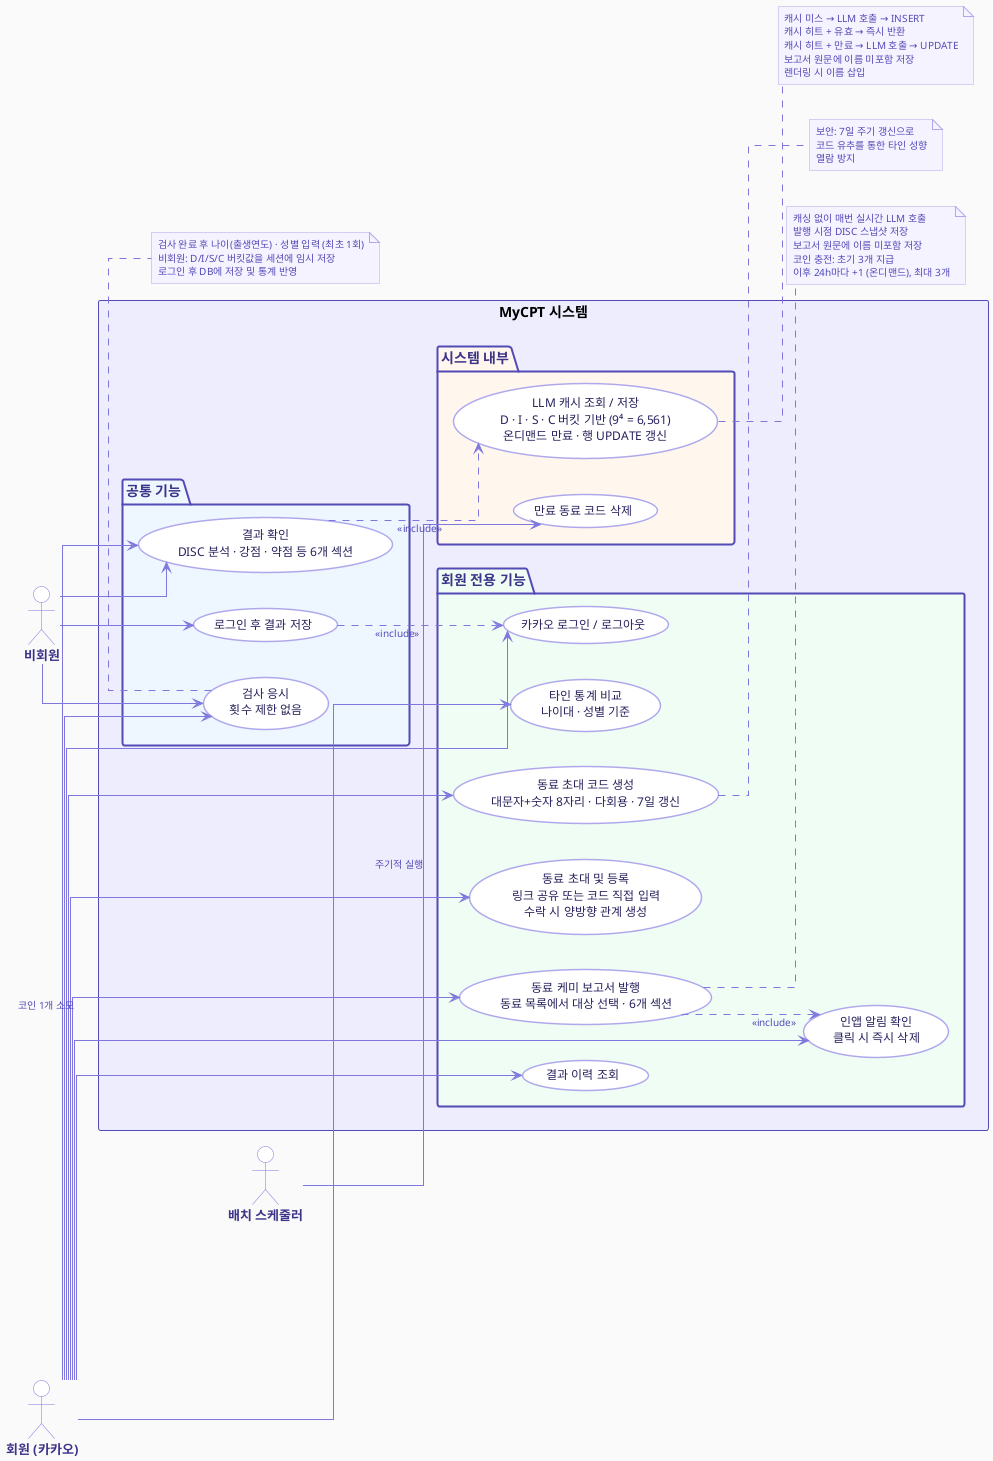
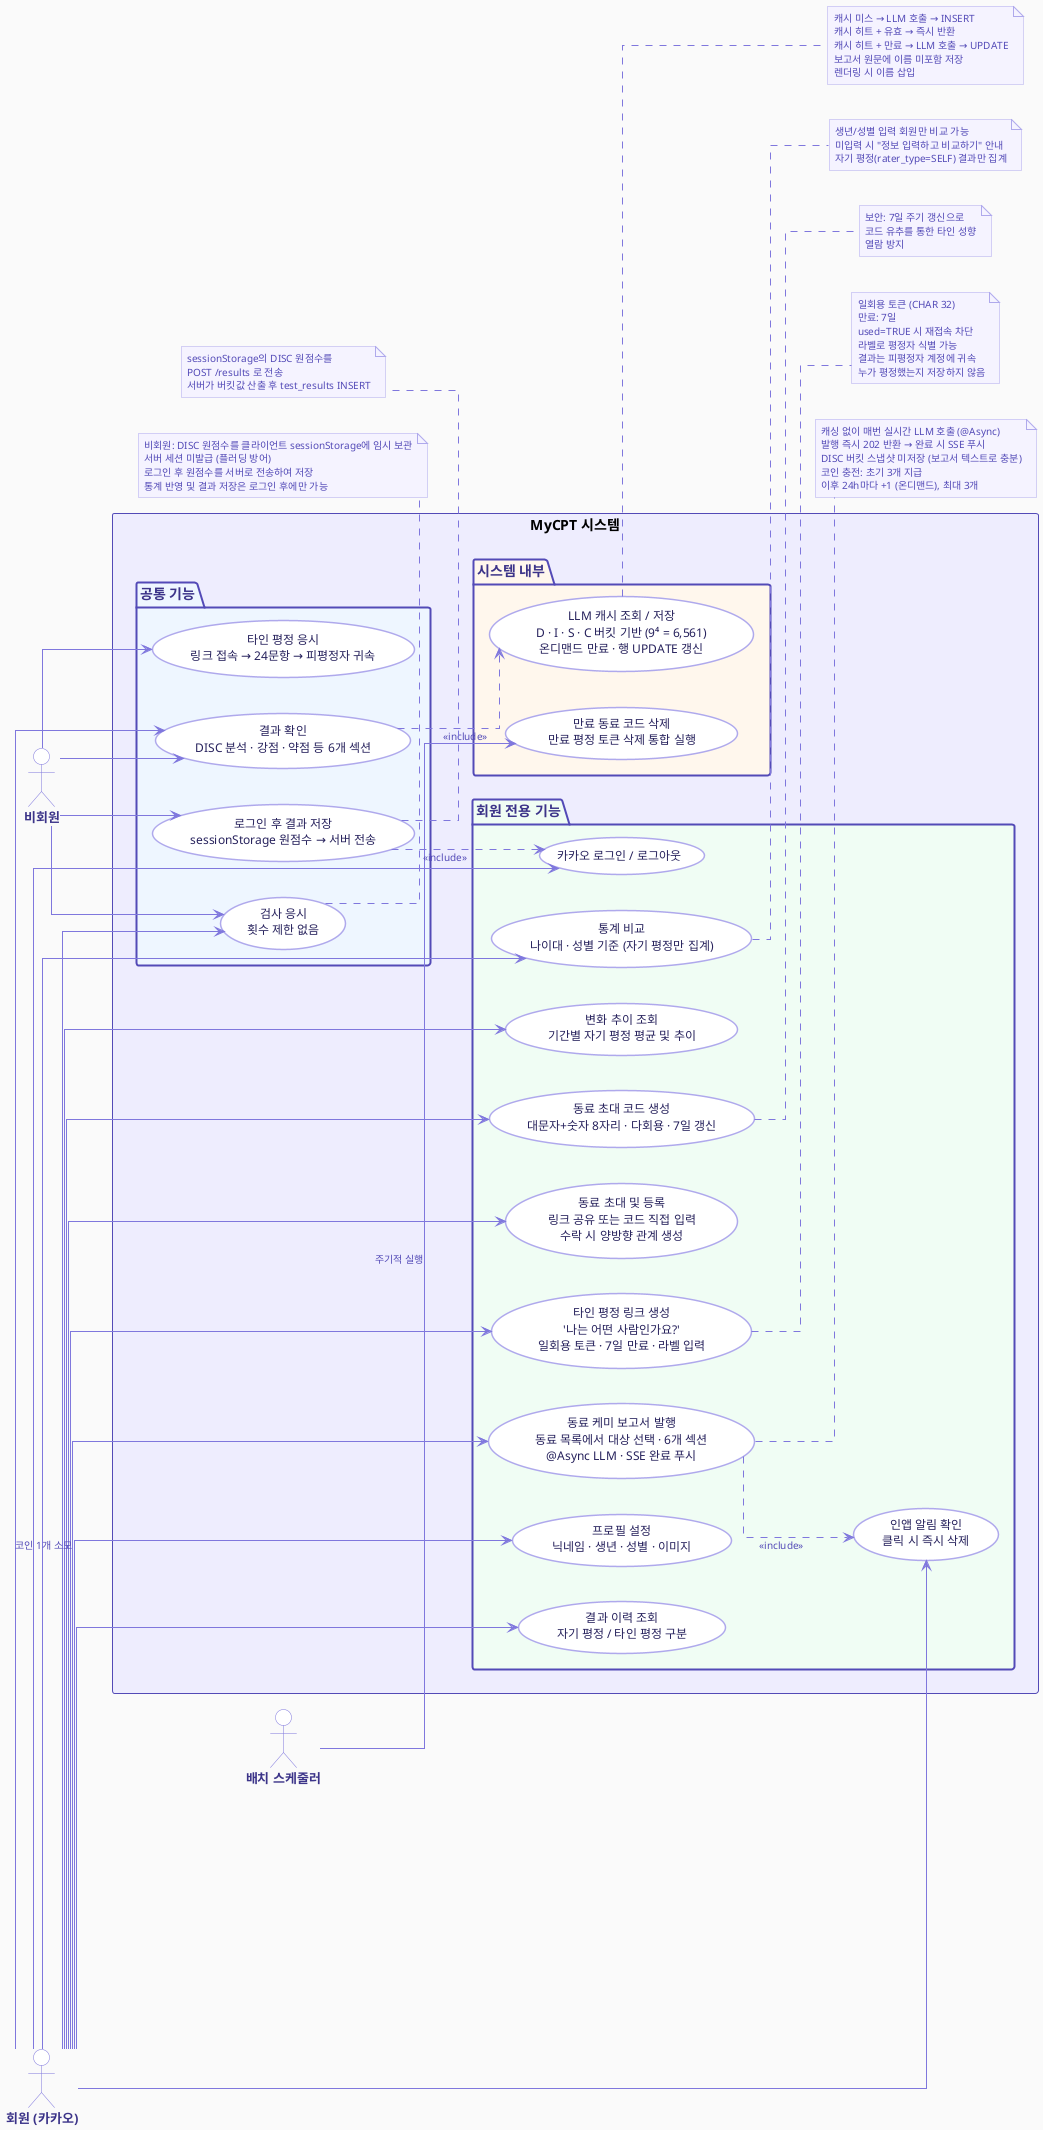
@startuml MyCPT_UseCase

left to right direction
skinparam backgroundColor #FAFAFA

skinparam actor {
  BackgroundColor #FFFFFF
  BorderColor #7F77DD
  FontColor #3C3489
  FontSize 13
  FontStyle bold
}

skinparam usecase {
  BackgroundColor #FFFFFF
  BorderColor #AFA9EC
  FontColor #26215C
  FontSize 12
  BorderThickness 1.5
  ArrowColor #7F77DD
  ArrowFontColor #534AB7
  ArrowFontSize 10
}

skinparam package {
  BackgroundColor #EEEDFE
  BorderColor #534AB7
  BorderThickness 2
  FontColor #3C3489
  FontSize 14
  FontStyle bold
}

skinparam note {
  BackgroundColor #F5F3FF
  BorderColor #AFA9EC
  FontColor #534AB7
  FontSize 10
}

skinparam linetype ortho

actor "비회원" as Guest
actor "회원 (카카오)" as Member
actor "배치 스케줄러" as Batch

rectangle "MyCPT 시스템" {

  package "공통 기능" #EEF6FF {
    usecase "검사 응시\n횟수 제한 없음" as UC_Test
    usecase "결과 확인\nDISC 분석 · 강점 · 약점 등 6개 섹션" as UC_Result
-     usecase "로그인 후 결과 저장" as UC_Save
+     usecase "로그인 후 결과 저장\nsessionStorage 원점수 → 서버 전송" as UC_Save
+     usecase "타인 평정 응시\n링크 접속 → 24문항 → 피평정자 귀속" as UC_PeerAssess
  }

  package "회원 전용 기능" #F0FDF4 {
    usecase "카카오 로그인 / 로그아웃" as UC_Login
-     usecase "결과 이력 조회" as UC_History
-     usecase "타인 통계 비교\n나이대 · 성별 기준" as UC_Stats
+     usecase "프로필 설정\n닉네임 · 생년 · 성별 · 이미지" as UC_Profile
+     usecase "결과 이력 조회\n자기 평정 / 타인 평정 구분" as UC_History
+     usecase "통계 비교\n나이대 · 성별 기준 (자기 평정만 집계)" as UC_Stats
+     usecase "변화 추이 조회\n기간별 자기 평정 평균 및 추이" as UC_Trend
    usecase "동료 초대 코드 생성\n대문자+숫자 8자리 · 다회용 · 7일 갱신" as UC_Code
    usecase "동료 초대 및 등록\n링크 공유 또는 코드 직접 입력\n수락 시 양방향 관계 생성" as UC_ColleagueRegister
-     usecase "동료 케미 보고서 발행\n동료 목록에서 대상 선택 · 6개 섹션" as UC_Compat
+     usecase "타인 평정 링크 생성\n'나는 어떤 사람인가요?'\n일회용 토큰 · 7일 만료 · 라벨 입력" as UC_AssessLink
+     usecase "동료 케미 보고서 발행\n동료 목록에서 대상 선택 · 6개 섹션\n@Async LLM · SSE 완료 푸시" as UC_Compat
    usecase "인앱 알림 확인\n클릭 시 즉시 삭제" as UC_Notify
  }

  package "시스템 내부" #FFF7ED {
    usecase "LLM 캐시 조회 / 저장\nD · I · S · C 버킷 기반 (9⁴ = 6,561)\n온디맨드 만료 · 행 UPDATE 갱신" as UC_Cache
-     usecase "만료 동료 코드 삭제" as UC_PeerCodeClean
+     usecase "만료 동료 코드 삭제\n만료 평정 토큰 삭제 통합 실행" as UC_CleanBatch
  }
}

Guest  --> UC_Test
Guest  --> UC_Result
Guest  --> UC_Save
+ Guest  --> UC_PeerAssess

Member --> UC_Test
Member --> UC_Result
Member --> UC_Login
+ Member --> UC_Profile
Member --> UC_History
Member --> UC_Stats
+ Member --> UC_Trend
Member --> UC_Code
Member --> UC_ColleagueRegister
+ Member --> UC_AssessLink
Member --> UC_Compat      : 코인 1개 소모
Member --> UC_Notify

- Batch  --> UC_PeerCodeClean : 주기적 실행
+ Batch  --> UC_CleanBatch : 주기적 실행

UC_Result ..> UC_Cache  : <<include>>
UC_Save   ..> UC_Login  : <<include>>
UC_Compat ..> UC_Notify : <<include>>

note right of UC_Cache
  캐시 미스 → LLM 호출 → INSERT
  캐시 히트 + 유효 → 즉시 반환
  캐시 히트 + 만료 → LLM 호출 → UPDATE
  보고서 원문에 이름 미포함 저장
  렌더링 시 이름 삽입
end note

note right of UC_Compat
-   캐싱 없이 매번 실시간 LLM 호출
-   발행 시점 DISC 스냅샷 저장
-   보고서 원문에 이름 미포함 저장
+   캐싱 없이 매번 실시간 LLM 호출 (@Async)
+   발행 즉시 202 반환 → 완료 시 SSE 푸시
+   DISC 버킷 스냅샷 미저장 (보고서 텍스트로 충분)
  코인 충전: 초기 3개 지급
  이후 24h마다 +1 (온디맨드), 최대 3개
end note

note right of UC_Code
  보안: 7일 주기 갱신으로
  코드 유추를 통한 타인 성향
  열람 방지
end note

+ note right of UC_AssessLink
+   일회용 토큰 (CHAR 32)
+   만료: 7일
+   used=TRUE 시 재접속 차단
+   라벨로 평정자 식별 가능
+   결과는 피평정자 계정에 귀속
+   누가 평정했는지 저장하지 않음
+ end note
+ 
note bottom of UC_Test
-   검사 완료 후 나이(출생연도) · 성별 입력 (최초 1회)
-   비회원: D/I/S/C 버킷값을 세션에 임시 저장
-   로그인 후 DB에 저장 및 통계 반영
+   비회원: DISC 원점수를 클라이언트 sessionStorage에 임시 보관
+   서버 세션 미발급 (플러딩 방어)
+   로그인 후 원점수를 서버로 전송하여 저장
+   통계 반영 및 결과 저장은 로그인 후에만 가능
+ end note
+ 
+ note bottom of UC_Save
+   sessionStorage의 DISC 원점수를
+   POST /results 로 전송
+   서버가 버킷값 산출 후 test_results INSERT
+ end note
+ 
+ note right of UC_Stats
+   생년/성별 입력 회원만 비교 가능
+   미입력 시 "정보 입력하고 비교하기" 안내
+   자기 평정(rater_type=SELF) 결과만 집계
end note

@enduml